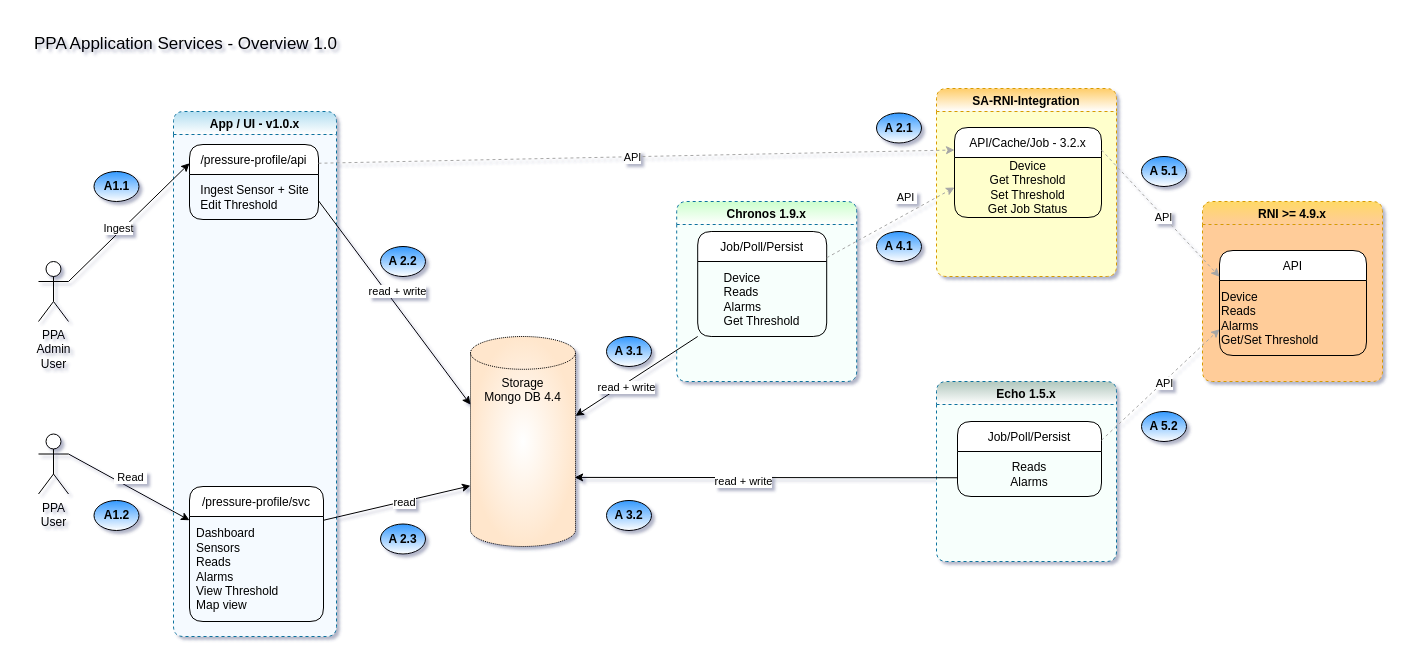
Earlier version of the draw.io diagram ppa/data-flow/ppa-app-services-overview-v1.drawio (rajeshpv-common/my-drawio). Source tidied: cells renumbered, new cells numbered last; positions are measured from the earlier drawing's top-left corner, leaving out a move shared by most shapes. Both pictures are drawn from the tidied source at 100%, with x=0, y=0 at pixel (21, 21).
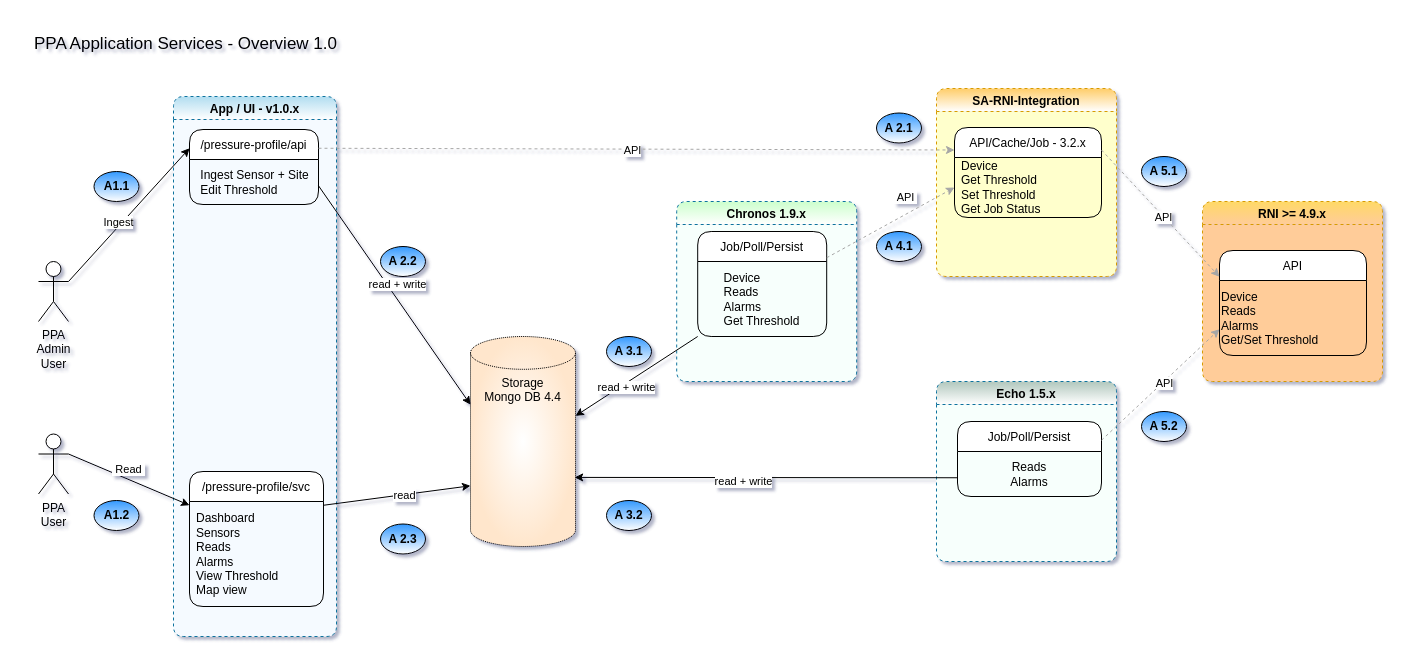
Above is the later version.

The change refers to these unchanged cells:
```xml
<mxCell id="6" value="API/Cache/Job - 3.2.x" style="swimlane;fontStyle=0;horizontal=1;startSize=30;rounded=1;" parent="5" vertex="1">
  <mxGeometry x="18" y="39" width="147" height="90" as="geometry" />
</mxCell>
```

Diff of the diagram source:
```diff
@@
-    <mxCell id="7" value="Device&lt;br&gt;Get Threshold&lt;br&gt;Set Threshold&lt;br&gt;Get Job Status&lt;br&gt;" style="text;html=1;strokeColor=none;fillColor=none;align=center;verticalAlign=middle;whiteSpace=wrap;rounded=0;" parent="6" vertex="1">
+    <mxCell id="7" value="Device&lt;br&gt;Get Threshold&lt;br&gt;Set Threshold&lt;br&gt;Get Job Status&lt;br&gt;" style="text;html=1;strokeColor=none;fillColor=none;align=left;verticalAlign=middle;whiteSpace=wrap;rounded=0;spacingLeft=5;" parent="6" vertex="1">
       <mxGeometry y="30" width="147" height="60" as="geometry" />
     </mxCell>
@@
     <mxCell id="11" value="App / UI - v1.0.x" style="swimlane;rounded=1;dashed=1;fillColor=#b1ddf0;strokeColor=#10739e;swimlaneFillColor=#F5FAFF;gradientColor=#ffffff;" parent="1" vertex="1">
-      <mxGeometry x="152" y="90" width="163" height="525" as="geometry" />
+      <mxGeometry x="152" y="75" width="163" height="540" as="geometry" />
     </mxCell>
```
